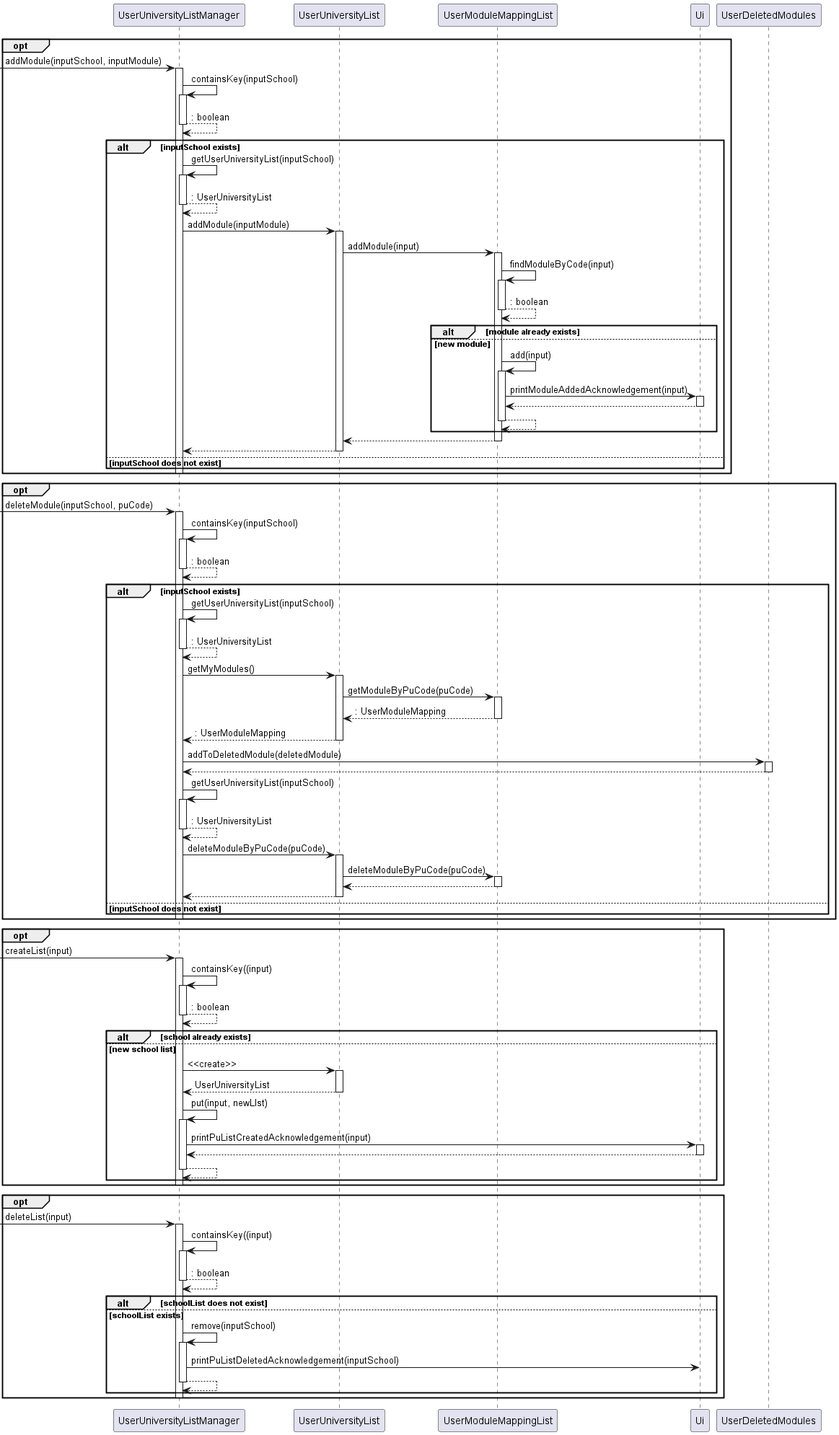
Earlier version of the PlantUML export docs/images/UserUniversityListManager_Sequence.png (nus-cs2113-AY2223S1/tp). The source it was exported from:
```plantuml
@startuml

opt
-> UserUniversityListManager : addModule(inputSchool, inputModule)
activate UserUniversityListManager
UserUniversityListManager -> UserUniversityListManager : containsKey(inputSchool)
activate UserUniversityListManager
return : boolean

alt inputSchool exists
    UserUniversityListManager -> UserUniversityListManager : getUserUniversityList(inputSchool)
    activate UserUniversityListManager
    return : UserUniversityList
    UserUniversityListManager -> UserUniversityList : addModule(inputModule)
    activate UserUniversityList

    UserUniversityList -> UserModuleMappingList : addModule(input)
    activate UserModuleMappingList
    UserModuleMappingList -> UserModuleMappingList : findModuleByCode(input)
    activate UserModuleMappingList
    return : boolean
    alt module already exists
    else new module
        UserModuleMappingList -> UserModuleMappingList : add(input)
        activate UserModuleMappingList

        UserModuleMappingList -> Ui : printModuleAddedAcknowledgement(input)
        activate Ui
        UserModuleMappingList <-- Ui
        deactivate Ui
        return
    end
    UserUniversityList <-- UserModuleMappingList
    deactivate UserModuleMappingList
    UserUniversityListManager <-- UserUniversityList
    deactivate UserUniversityList

else inputSchool does not exist
end

deactivate UserUniversityListManager
end

opt
-> UserUniversityListManager : deleteModule(inputSchool, puCode)
activate UserUniversityListManager
UserUniversityListManager -> UserUniversityListManager : containsKey(inputSchool)
activate UserUniversityListManager
return : boolean
alt inputSchool exists
    UserUniversityListManager -> UserUniversityListManager : getUserUniversityList(inputSchool)
    activate UserUniversityListManager
    return : UserUniversityList

    UserUniversityListManager -> UserUniversityList : getMyModules()
    activate UserUniversityList


    UserUniversityList -> UserModuleMappingList : getModuleByPuCode(puCode)
    activate UserModuleMappingList
    return : UserModuleMapping

    return : UserModuleMapping

    UserUniversityListManager -> UserDeletedModules : addToDeletedModule(deletedModule)
    activate UserDeletedModules
    return

    UserUniversityListManager -> UserUniversityListManager : getUserUniversityList(inputSchool)
    activate UserUniversityListManager
    return : UserUniversityList

    UserUniversityListManager -> UserUniversityList : deleteModuleByPuCode(puCode)
    activate UserUniversityList

    UserUniversityList -> UserModuleMappingList : deleteModuleByPuCode(puCode)
    activate UserModuleMappingList
    return

    return


else inputSchool does not exist
end
deactivate UserUniversityListManager
end


opt
-> UserUniversityListManager : createList(input)
activate UserUniversityListManager

UserUniversityListManager -> UserUniversityListManager : containsKey((input)
activate UserUniversityListManager
return : boolean

alt school already exists

else new school list
    UserUniversityListManager -> UserUniversityList : <<create>>
    activate UserUniversityList
    return UserUniversityList
    UserUniversityListManager -> UserUniversityListManager : put(input, newLIst)
    activate UserUniversityListManager

    UserUniversityListManager -> Ui : printPuListCreatedAcknowledgement(input)
    activate Ui
    return

    return

end

deactivate UserUniversityListManager
end

opt
-> UserUniversityListManager : deleteList(input)
activate UserUniversityListManager

UserUniversityListManager -> UserUniversityListManager : containsKey((input)
activate UserUniversityListManager
return : boolean

alt schoolList does not exist

else schoolList exists
    UserUniversityListManager -> UserUniversityListManager : remove(inputSchool)
    activate UserUniversityListManager

    UserUniversityListManager -> Ui : printPuListDeletedAcknowledgement(inputSchool)
    return
end

deactivate UserUniversityListManager
end

@enduml
```
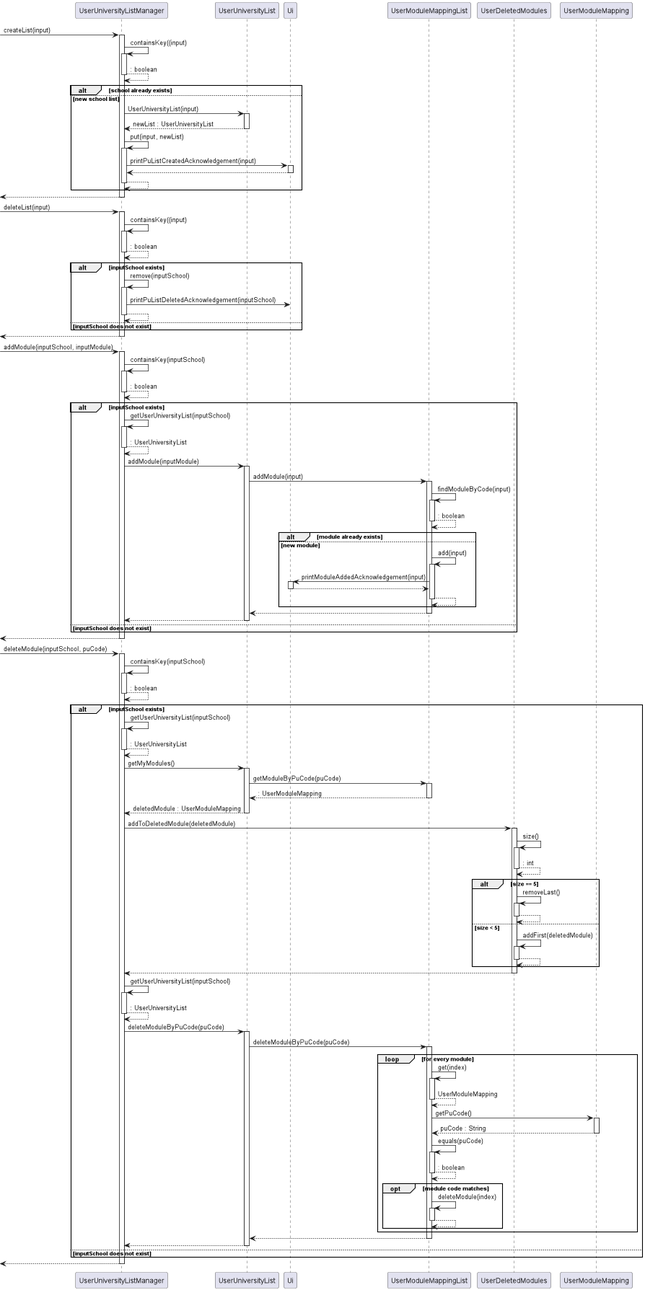
The same diagram one commit later.

What changed in the source:
```diff
@@ -1,6 +1,51 @@
 @startuml
 
-opt
+
+-> UserUniversityListManager : createList(input)
+activate UserUniversityListManager
+
+UserUniversityListManager -> UserUniversityListManager : containsKey((input)
+activate UserUniversityListManager
+return : boolean
+
+alt school already exists
+
+else new school list
+    UserUniversityListManager -> UserUniversityList : UserUniversityList(input)
+    activate UserUniversityList
+    return newList : UserUniversityList
+    UserUniversityListManager -> UserUniversityListManager : put(input, newList)
+    activate UserUniversityListManager
+
+    UserUniversityListManager -> Ui : printPuListCreatedAcknowledgement(input)
+    activate Ui
+    return
+
+    return
+
+end
+return
+deactivate UserUniversityListManager
+
+-> UserUniversityListManager : deleteList(input)
+activate UserUniversityListManager
+
+UserUniversityListManager -> UserUniversityListManager : containsKey((input)
+activate UserUniversityListManager
+return : boolean
+
+alt inputSchool exists
+    UserUniversityListManager -> UserUniversityListManager : remove(inputSchool)
+    activate UserUniversityListManager
+
+    UserUniversityListManager -> Ui : printPuListDeletedAcknowledgement(inputSchool)
+    return
+else inputSchool does not exist
+end
+
+return
+deactivate UserUniversityListManager
+
 -> UserUniversityListManager : addModule(inputSchool, inputModule)
 activate UserUniversityListManager
 UserUniversityListManager -> UserUniversityListManager : containsKey(inputSchool)
@@ -36,12 +81,11 @@
     deactivate UserUniversityList
 
 else inputSchool does not exist
+
 end
+return
+deactivate UserUniversityListManager
 
-deactivate UserUniversityListManager
-end
-
-opt
 -> UserUniversityListManager : deleteModule(inputSchool, puCode)
 activate UserUniversityListManager
 UserUniversityListManager -> UserUniversityListManager : containsKey(inputSchool)
@@ -60,21 +104,51 @@
     activate UserModuleMappingList
     return : UserModuleMapping
 
-    return : UserModuleMapping
+    return deletedModule : UserModuleMapping
 
     UserUniversityListManager -> UserDeletedModules : addToDeletedModule(deletedModule)
     activate UserDeletedModules
+    UserDeletedModules -> UserDeletedModules : size()
+    activate UserDeletedModules
+    return : int
+        alt size == 5
+        UserDeletedModules -> UserDeletedModules : removeLast()
+        activate UserDeletedModules
+        return
+        else size < 5
+        UserDeletedModules -> UserDeletedModules : addFirst(deletedModule)
+        activate UserDeletedModules
+        return
+    end
     return
 
     UserUniversityListManager -> UserUniversityListManager : getUserUniversityList(inputSchool)
     activate UserUniversityListManager
     return : UserUniversityList
 
-    UserUniversityListManager -> UserUniversityList : deleteModuleByPuCode(puCode)
-    activate UserUniversityList
+        UserUniversityListManager -> UserUniversityList : deleteModuleByPuCode(puCode)
+        activate UserUniversityList
 
-    UserUniversityList -> UserModuleMappingList : deleteModuleByPuCode(puCode)
-    activate UserModuleMappingList
+        UserUniversityList -> UserModuleMappingList : deleteModuleByPuCode(puCode)
+        activate UserModuleMappingList
+        loop for every module
+        UserModuleMappingList -> UserModuleMappingList : get(index)
+        activate UserModuleMappingList
+        return UserModuleMapping
+        UserModuleMappingList -> UserModuleMapping : getPuCode()
+        activate UserModuleMapping
+        return puCode : String
+        UserModuleMappingList -> UserModuleMappingList : equals(puCode)
+        activate UserModuleMappingList
+        return : boolean
+        opt module code matches
+        UserModuleMappingList -> UserModuleMappingList : deleteModule(index)
+        activate UserModuleMappingList
+    return
+    end
+
+    end
+
     return
 
     return
@@ -82,57 +156,7 @@
 
 else inputSchool does not exist
 end
+return
 deactivate UserUniversityListManager
-end
-
-
-opt
--> UserUniversityListManager : createList(input)
-activate UserUniversityListManager
-
-UserUniversityListManager -> UserUniversityListManager : containsKey((input)
-activate UserUniversityListManager
-return : boolean
-
-alt school already exists
-
-else new school list
-    UserUniversityListManager -> UserUniversityList : <<create>>
-    activate UserUniversityList
-    return UserUniversityList
-    UserUniversityListManager -> UserUniversityListManager : put(input, newLIst)
-    activate UserUniversityListManager
-
-    UserUniversityListManager -> Ui : printPuListCreatedAcknowledgement(input)
-    activate Ui
-    return
-
-    return
-
-end
-
-deactivate UserUniversityListManager
-end
-
-opt
--> UserUniversityListManager : deleteList(input)
-activate UserUniversityListManager
-
-UserUniversityListManager -> UserUniversityListManager : containsKey((input)
-activate UserUniversityListManager
-return : boolean
-
-alt schoolList does not exist
-
-else schoolList exists
-    UserUniversityListManager -> UserUniversityListManager : remove(inputSchool)
-    activate UserUniversityListManager
-
-    UserUniversityListManager -> Ui : printPuListDeletedAcknowledgement(inputSchool)
-    return
-end
-
-deactivate UserUniversityListManager
-end
 
 @enduml
```
